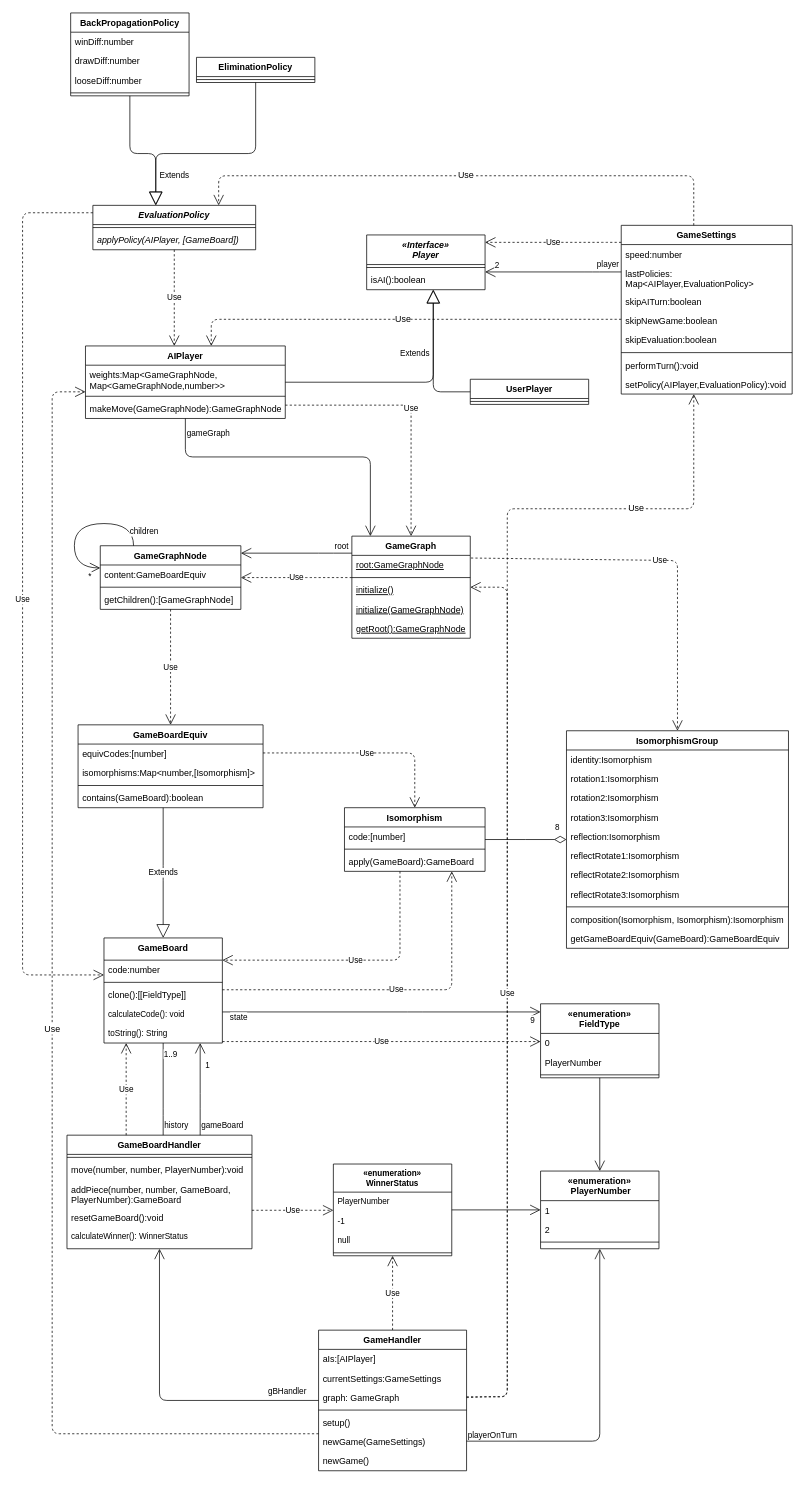
This is ProductBacklog/Klassendiagramme/Planung.drawio from idlaviV/TIKTacToe, a draw.io file, before an edit. Source tidied: cells renumbered, new cells numbered last; positions are measured from the earlier drawing's top-left corner, leaving out a move shared by most shapes. Both pictures are drawn from the tidied source at 74%, with x=0, y=0 at pixel (22, 13).
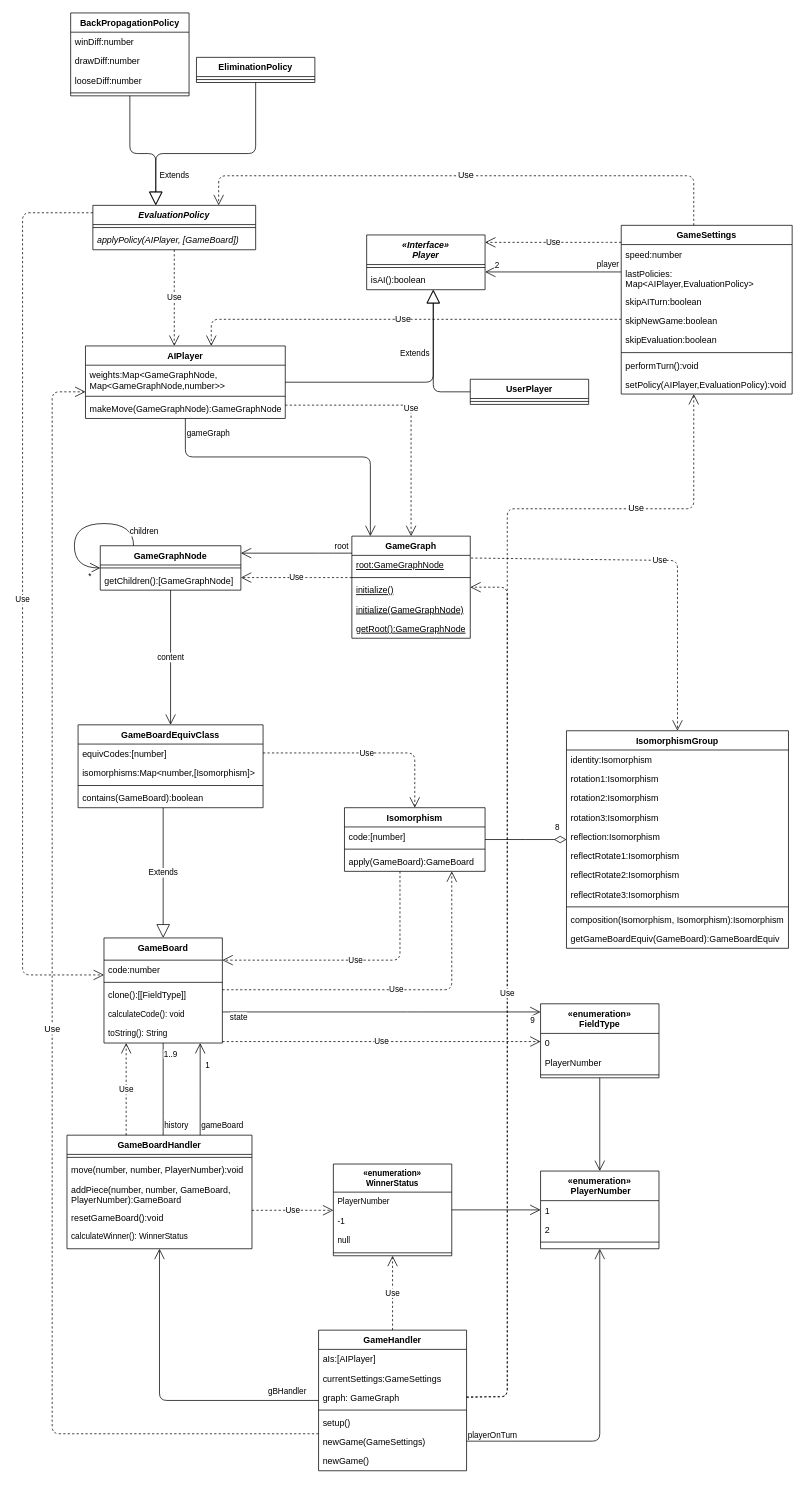
The same diagram, later.

Commit message:
Einen Use-Pfeil noch zu Assoziation geändert

The edit, as a diff of the source:
```diff
@@
-    <mxCell id="50" value="GameBoardEquiv" style="swimlane;fontStyle=1;align=center;verticalAlign=top;horizontal=1;startSize=26;" parent="1" vertex="1">
+    <mxCell id="50" value="GameBoardEquivClass" style="swimlane;fontStyle=1;align=center;verticalAlign=top;horizontal=1;startSize=26;" parent="1" vertex="1">
       <mxGeometry x="75" y="962" width="250" height="112" as="geometry" />
     </mxCell>
@@
     <mxCell id="57" value="GameGraphNode" style="swimlane;fontStyle=1;align=center;verticalAlign=top;horizontal=1;startSize=26;" parent="1" vertex="1">
-      <mxGeometry x="105" y="720" width="190" height="86" as="geometry" />
+      <mxGeometry x="105" y="720" width="190" height="60" as="geometry" />
     </mxCell>
-    <mxCell id="58" value="content:GameBoardEquiv" style="text;strokeColor=none;fillColor=none;align=left;verticalAlign=top;spacingLeft=4;spacingRight=4;overflow=hidden;" parent="57" vertex="1">
-      <mxGeometry y="26" width="190" height="26" as="geometry" />
-    </mxCell>
     <mxCell id="59" style="line;strokeWidth=1;fillColor=none;align=left;verticalAlign=middle;spacingTop=-1;spacingLeft=3;spacingRight=3;labelPosition=right;strokeColor=inherit;" parent="57" vertex="1">
-      <mxGeometry y="52" width="190" height="8" as="geometry" />
+      <mxGeometry y="26" width="190" height="8" as="geometry" />
     </mxCell>
     <mxCell id="60" value="getChildren():[GameGraphNode]" style="text;strokeColor=none;fillColor=none;align=left;verticalAlign=top;spacingLeft=4;spacingRight=4;overflow=hidden;" parent="57" vertex="1">
-      <mxGeometry y="60" width="190" height="26" as="geometry" />
+      <mxGeometry y="34" width="190" height="26" as="geometry" />
     </mxCell>
-    <mxCell id="61" value="Use" style="endArrow=open;endSize=12;dashed=1;html=1;" parent="1" edge="1" source="57" target="50">
+    <mxCell id="61" value="content" style="endArrow=open;endSize=12;html=1;" parent="1" edge="1" source="57" target="50">
       <mxGeometry relative="1" as="geometry" />
     </mxCell>
```
